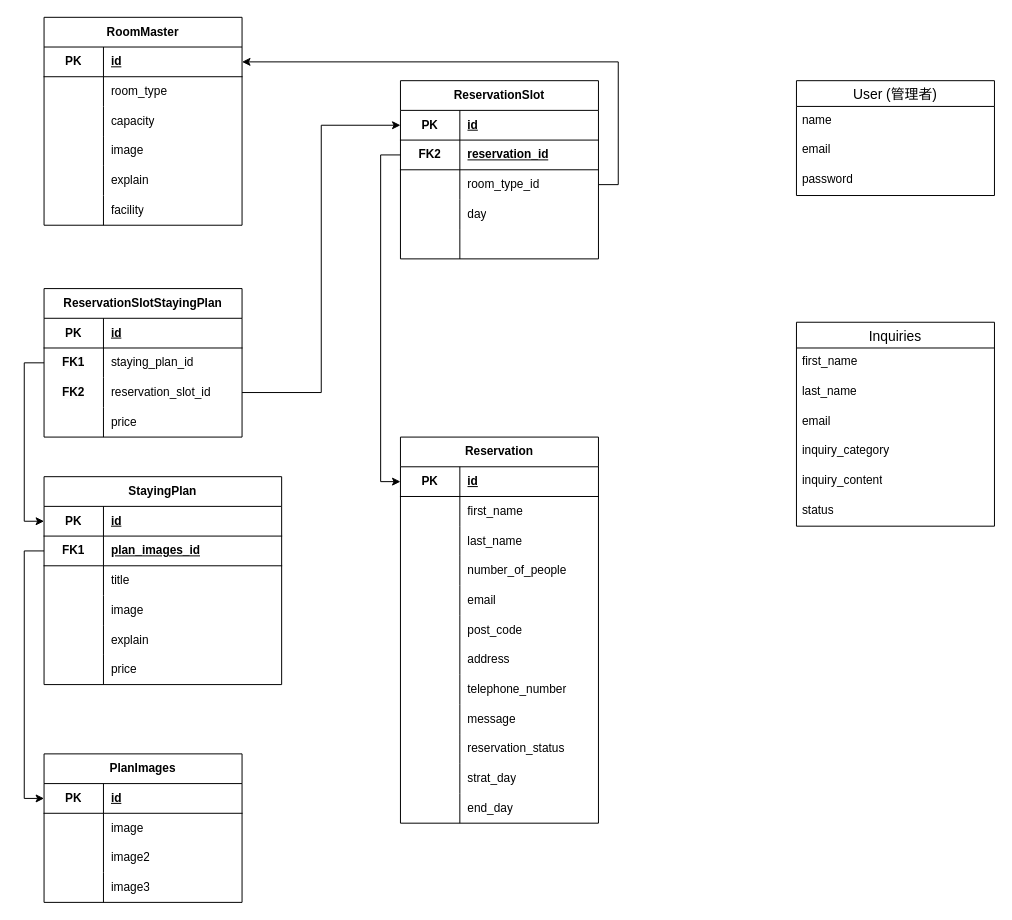
The draw.io diagram ER図.drawio in your-school/reserve, before the edit. Source tidied: cells renumbered, new cells numbered last; positions are measured from the earlier drawing's top-left corner, leaving out a move shared by most shapes. Both pictures are drawn from the tidied source at 99%, with x=0, y=0 at pixel (44, 17).
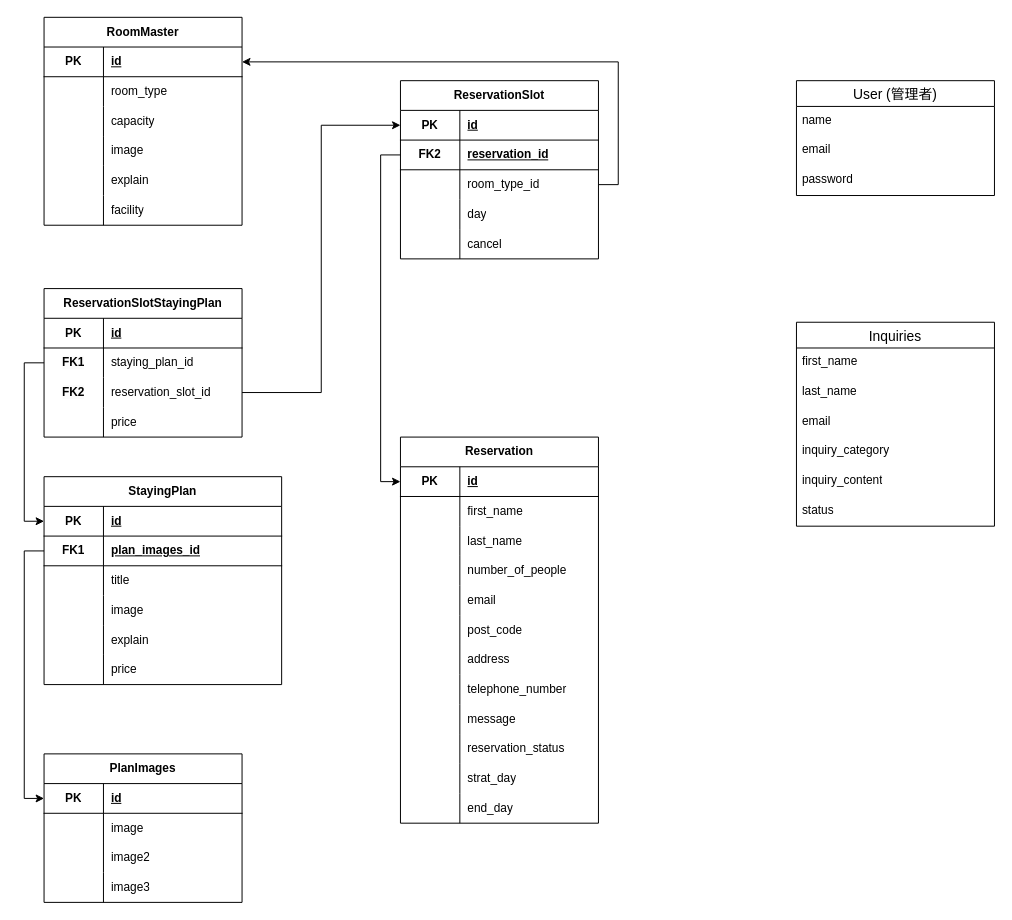
The same diagram, later.

Commit message:
ER図.drawio を更新します

Unchanged cells that the change refers to:
```xml
<mxCell id="71" style="shape=tableRow;horizontal=0;startSize=0;swimlaneHead=0;swimlaneBody=0;fillColor=none;top=0;left=0;right=0;bottom=0;html=1;" parent="58" vertex="1">
  <mxGeometry y="150" width="200" height="30" as="geometry" />
</mxCell>
```

Change to the diagram source:
```diff
@@
-    <mxCell id="73" style="shape=partialRectangle;fillColor=none;top=0;left=0;bottom=0;right=0;align=left;spacingLeft=6;overflow=hidden;html=1;whiteSpace=wrap;" parent="71" vertex="1">
+    <mxCell id="73" value="cancel" style="shape=partialRectangle;fillColor=none;top=0;left=0;bottom=0;right=0;align=left;spacingLeft=6;overflow=hidden;html=1;whiteSpace=wrap;" parent="71" vertex="1">
       <mxGeometry x="60" width="140" height="30" as="geometry" />
     </mxCell>
```
